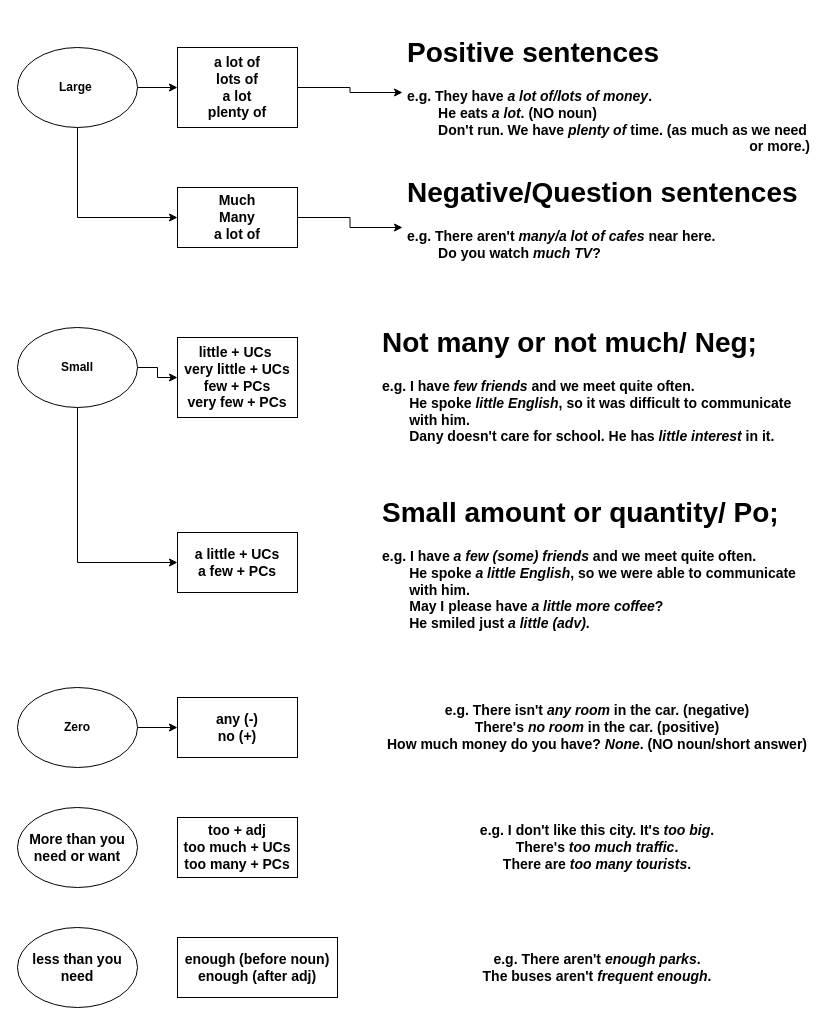
This is Quantifiers.drawio from mrhtetaunglinn2003/eng_notes, a draw.io file, before an edit. Source tidied: cells renumbered, new cells numbered last; positions are measured from the earlier drawing's top-left corner, leaving out a move shared by most shapes. Both pictures are drawn from the tidied source at 100%, with x=0, y=0 at pixel (17, 27).
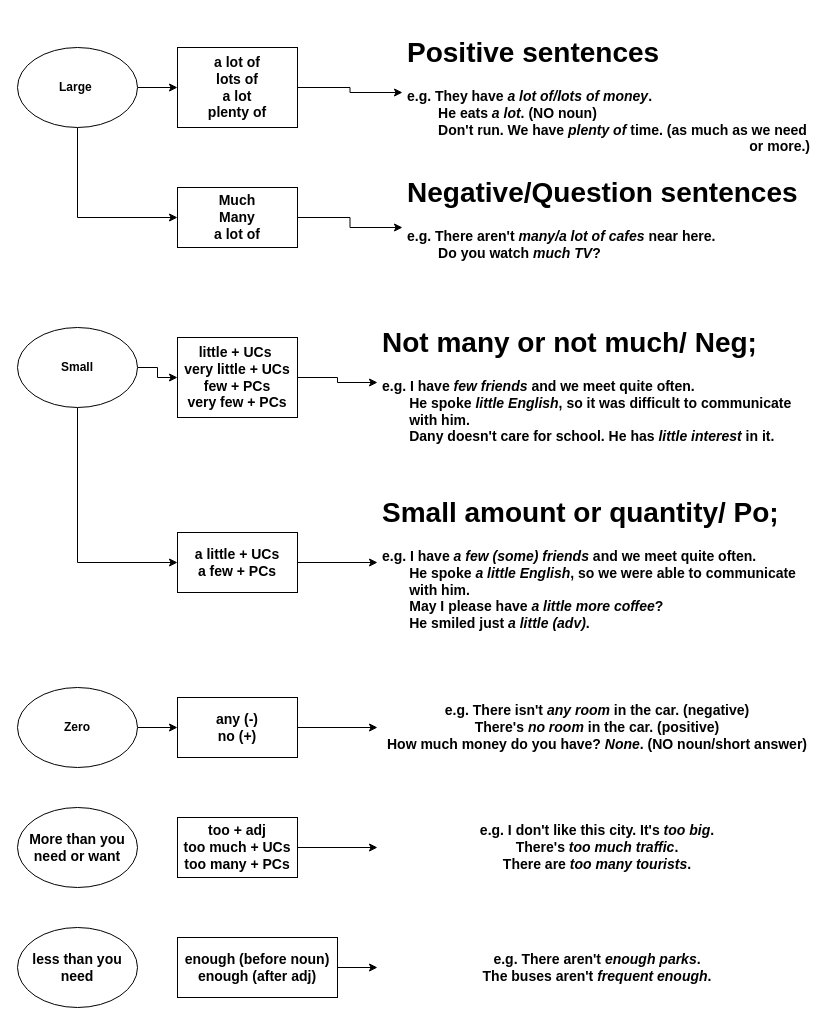
The same diagram, later.

The change refers to these unchanged cells:
```xml
<mxCell id="14" value="&lt;b&gt;little + UCs&amp;nbsp;&lt;br&gt;very little + UCs&lt;br&gt;few + PCs&lt;br&gt;very few + PCs&lt;br&gt;&lt;/b&gt;" style="rounded=0;whiteSpace=wrap;html=1;fontSize=14;" parent="1" vertex="1">
  <mxGeometry x="160" y="310" width="120" height="80" as="geometry" />
</mxCell>
<mxCell id="17" value="&lt;h1&gt;Not many or not much/ Neg;&lt;/h1&gt;&lt;p&gt;&lt;b&gt;e.g. I have &lt;i&gt;few friends&lt;/i&gt; and we meet quite often.&amp;nbsp;&lt;br&gt;&amp;nbsp; &amp;nbsp; &amp;nbsp; &amp;nbsp;He spoke &lt;i&gt;little English&lt;/i&gt;, so it was difficult to communicate&amp;nbsp; &amp;nbsp; &amp;nbsp; &amp;nbsp; &amp;nbsp; &amp;nbsp; &amp;nbsp;with him.&lt;br&gt;&amp;nbsp; &amp;nbsp; &amp;nbsp; &amp;nbsp;Dany doesn't care for school. He has &lt;i&gt;little interest&lt;/i&gt; in it.&lt;/b&gt;&lt;/p&gt;" style="text;html=1;strokeColor=none;fillColor=none;spacing=5;spacingTop=-20;whiteSpace=wrap;overflow=hidden;rounded=0;fontSize=14;" parent="1" vertex="1">
  <mxGeometry x="360" y="290" width="440" height="130" as="geometry" />
</mxCell>
<mxCell id="18" value="&lt;b&gt;a little + UCs&lt;br&gt;a few + PCs&lt;/b&gt;" style="rounded=0;whiteSpace=wrap;html=1;fontSize=14;" parent="1" vertex="1">
  <mxGeometry x="160" y="505" width="120" height="60" as="geometry" />
</mxCell>
<mxCell id="19" value="&lt;h1&gt;Small amount or quantity/ Po;&lt;/h1&gt;&lt;p&gt;&lt;b&gt;e.g. I have &lt;i&gt;a few (some) friends&lt;/i&gt; and we meet quite often.&lt;br&gt;&amp;nbsp; &amp;nbsp; &amp;nbsp; &amp;nbsp;He spoke &lt;i&gt;a little English&lt;/i&gt;, so we were able to communicate&amp;nbsp; &amp;nbsp; &amp;nbsp; &amp;nbsp; &amp;nbsp; &amp;nbsp;with him.&lt;br&gt;&amp;nbsp; &amp;nbsp; &amp;nbsp; &amp;nbsp;May I please have &lt;i&gt;a little more coffee&lt;/i&gt;?&lt;br&gt;&amp;nbsp; &amp;nbsp; &amp;nbsp; &amp;nbsp;He smiled just &lt;i&gt;a little (adv)&lt;/i&gt;.&lt;/b&gt;&lt;/p&gt;" style="text;html=1;strokeColor=none;fillColor=none;spacing=5;spacingTop=-20;whiteSpace=wrap;overflow=hidden;rounded=0;fontSize=14;" parent="1" vertex="1">
  <mxGeometry x="360" y="460" width="440" height="150" as="geometry" />
</mxCell>
<mxCell id="20" value="&lt;b&gt;any (-)&lt;br&gt;no (+)&lt;/b&gt;" style="rounded=0;whiteSpace=wrap;html=1;fontSize=14;" parent="1" vertex="1">
  <mxGeometry x="160" y="670" width="120" height="60" as="geometry" />
</mxCell>
<mxCell id="21" value="&lt;b&gt;e.g. There isn't &lt;i&gt;any room&lt;/i&gt; in the car. (negative)&lt;br&gt;There's &lt;i&gt;no room&lt;/i&gt; in the car. (positive)&lt;br&gt;How much money do you have? &lt;i&gt;None&lt;/i&gt;. (NO noun/short answer)&lt;/b&gt;" style="text;html=1;strokeColor=none;fillColor=none;align=center;verticalAlign=middle;whiteSpace=wrap;rounded=0;fontSize=14;" parent="1" vertex="1">
  <mxGeometry x="360" y="660" width="440" height="80" as="geometry" />
</mxCell>
<mxCell id="23" value="&lt;b&gt;too + adj&lt;br&gt;too much + UCs&lt;br&gt;too many + PCs&lt;/b&gt;" style="rounded=0;whiteSpace=wrap;html=1;fontSize=14;" parent="1" vertex="1">
  <mxGeometry x="160" y="790" width="120" height="60" as="geometry" />
</mxCell>
<mxCell id="24" value="&lt;b&gt;e.g. I don't like this city. It's &lt;i&gt;too big&lt;/i&gt;.&lt;br&gt;There's &lt;i&gt;too much traffic&lt;/i&gt;.&lt;br&gt;There are &lt;i&gt;too many tourists&lt;/i&gt;.&lt;/b&gt;" style="text;html=1;strokeColor=none;fillColor=none;align=center;verticalAlign=middle;whiteSpace=wrap;rounded=0;fontSize=14;" parent="1" vertex="1">
  <mxGeometry x="360" y="780" width="440" height="80" as="geometry" />
</mxCell>
<mxCell id="26" value="&lt;b&gt;enough (before noun)&lt;br&gt;enough (after adj)&lt;/b&gt;" style="rounded=0;whiteSpace=wrap;html=1;fontSize=14;" parent="1" vertex="1">
  <mxGeometry x="160" y="910" width="160" height="60" as="geometry" />
</mxCell>
<mxCell id="27" value="&lt;b&gt;e.g. There aren't &lt;i&gt;enough parks&lt;/i&gt;.&lt;br&gt;The buses aren't &lt;i&gt;frequent enough&lt;/i&gt;.&lt;/b&gt;" style="text;html=1;strokeColor=none;fillColor=none;align=center;verticalAlign=middle;whiteSpace=wrap;rounded=0;fontSize=14;" parent="1" vertex="1">
  <mxGeometry x="360" y="900" width="440" height="80" as="geometry" />
</mxCell>
```

The edit, as a diff of the source:
```diff
@@
+    <mxCell id="28" style="edgeStyle=orthogonalEdgeStyle;rounded=0;jettySize=auto;html=1;exitX=1;exitY=0.5;exitDx=0;exitDy=0;entryX=0;entryY=0.5;entryDx=0;entryDy=0;fontSize=14;" parent="1" edge="1" source="14" target="17">
+      <mxGeometry relative="1" as="geometry" />
+    </mxCell>
@@
+    <mxCell id="29" style="edgeStyle=orthogonalEdgeStyle;rounded=0;jettySize=auto;html=1;exitX=1;exitY=0.5;exitDx=0;exitDy=0;entryX=0;entryY=0.5;entryDx=0;entryDy=0;fontSize=14;" parent="1" edge="1" source="18" target="19">
+      <mxGeometry relative="1" as="geometry" />
+    </mxCell>
@@
+    <mxCell id="30" style="edgeStyle=orthogonalEdgeStyle;rounded=0;jettySize=auto;html=1;exitX=1;exitY=0.5;exitDx=0;exitDy=0;entryX=0;entryY=0.5;entryDx=0;entryDy=0;fontSize=14;" parent="1" edge="1" source="20" target="21">
+      <mxGeometry relative="1" as="geometry" />
+    </mxCell>
@@
+    <mxCell id="31" style="edgeStyle=orthogonalEdgeStyle;rounded=0;jettySize=auto;html=1;exitX=1;exitY=0.5;exitDx=0;exitDy=0;entryX=0;entryY=0.5;entryDx=0;entryDy=0;fontSize=14;" parent="1" edge="1" source="23" target="24">
+      <mxGeometry relative="1" as="geometry" />
+    </mxCell>
@@
+    <mxCell id="32" style="edgeStyle=orthogonalEdgeStyle;rounded=0;jettySize=auto;html=1;exitX=1;exitY=0.5;exitDx=0;exitDy=0;entryX=0;entryY=0.5;entryDx=0;entryDy=0;fontSize=14;" parent="1" edge="1" source="26" target="27">
+      <mxGeometry relative="1" as="geometry" />
+    </mxCell>
```
